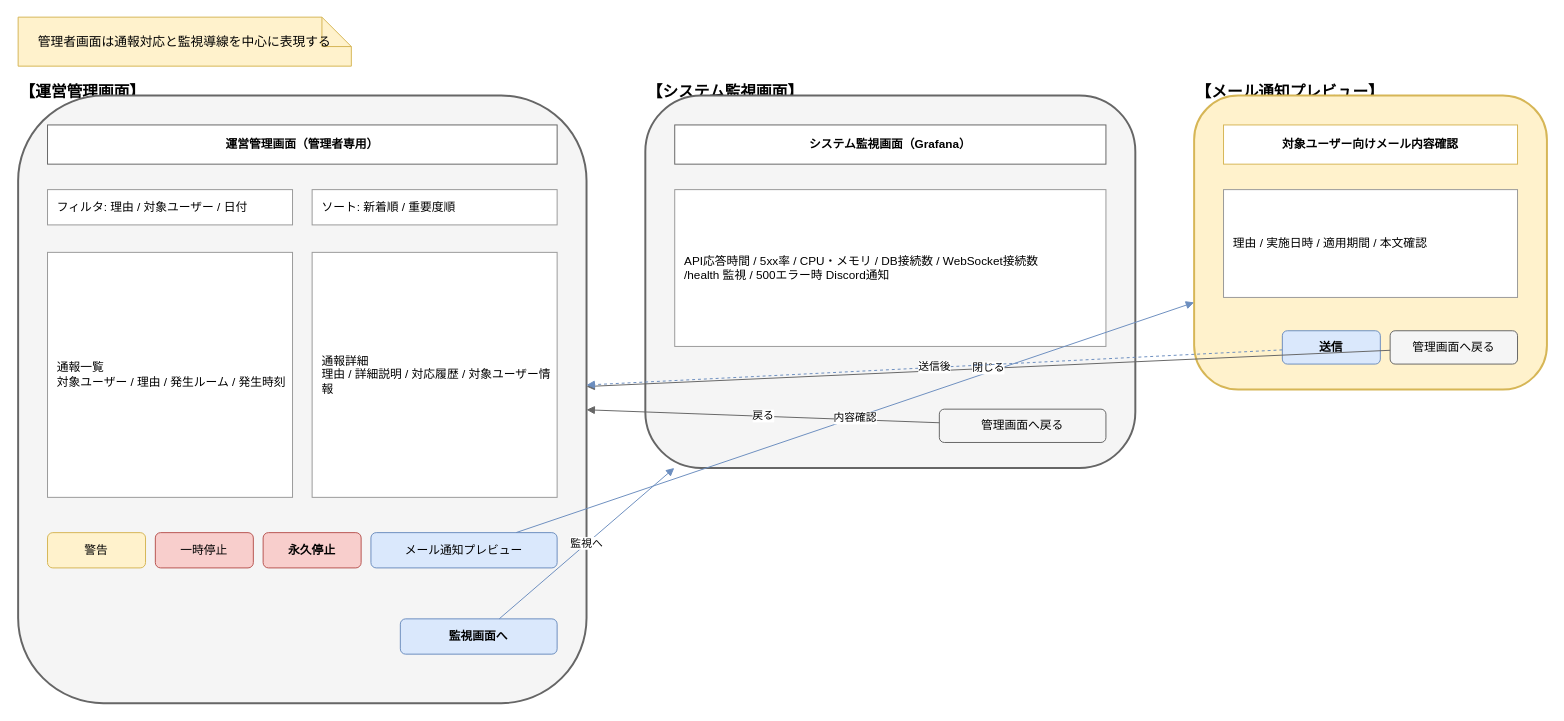
Before: page "管理者" (4 of 4) of docs/screen_wireframe.drawio in yuu-ux/online-workspace, a draw.io diagram. Source tidied: cells renumbered, new cells numbered last; positions are measured from the earlier drawing's top-left corner, leaving out a move shared by most shapes. Both pictures are drawn from the tidied source at 98%, with x=0, y=0 at pixel (18, 17).
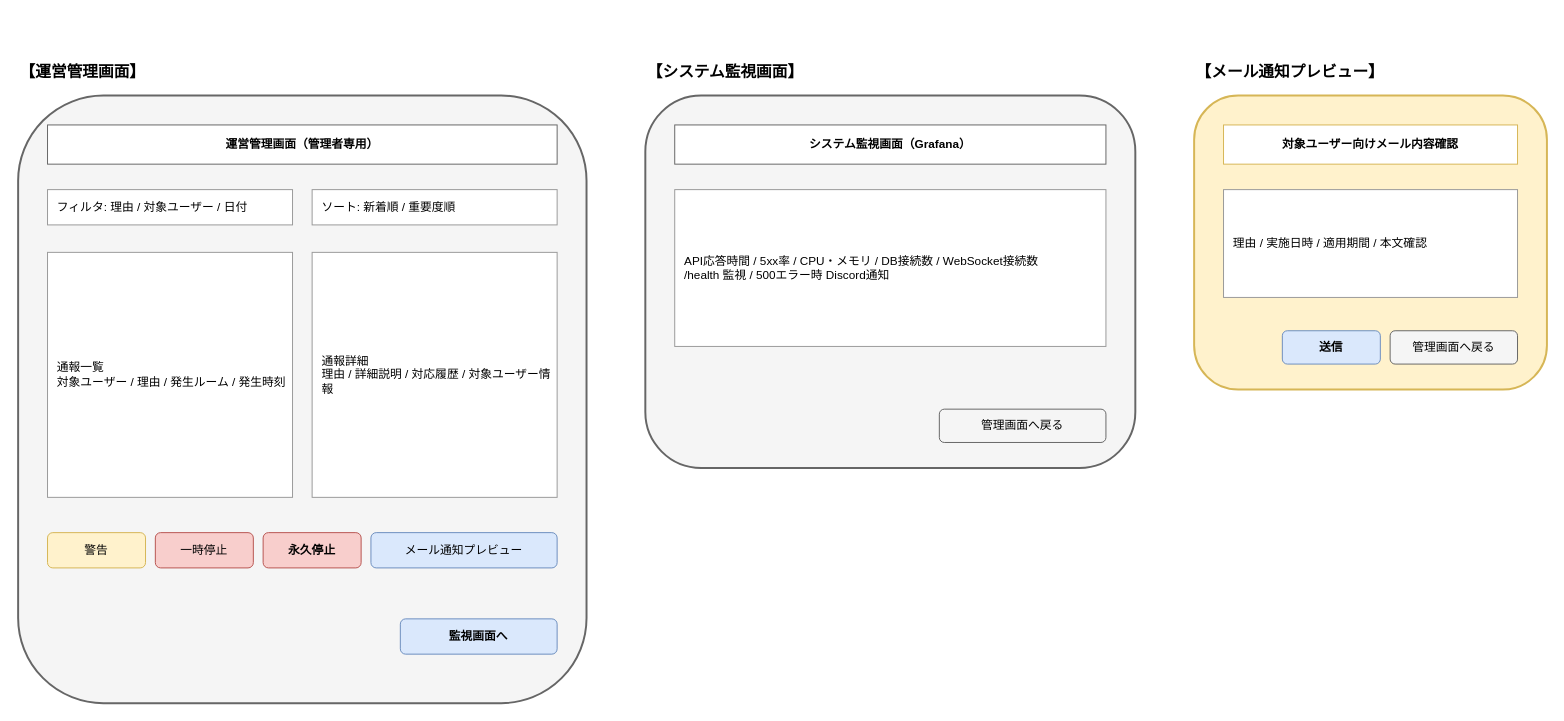
The same diagram, later.

The change refers to these unchanged cells:
```xml
<mxCell id="4" style="rounded=1;whiteSpace=wrap;html=1;fillColor=#f5f5f5;strokeColor=#666666;strokeWidth=2;" parent="1" vertex="1">
  <mxGeometry y="80" width="580" height="620" as="geometry" />
</mxCell>
<mxCell id="13" value="メール通知プレビュー" style="rounded=1;whiteSpace=wrap;html=1;fillColor=#dae8fc;strokeColor=#6c8ebf;" parent="1" vertex="1">
  <mxGeometry x="360" y="526" width="190" height="36" as="geometry" />
</mxCell>
<mxCell id="14" value="監視画面へ" style="rounded=1;whiteSpace=wrap;html=1;fillColor=#dae8fc;strokeColor=#6c8ebf;fontStyle=1;" parent="1" vertex="1">
  <mxGeometry x="390" y="614" width="160" height="36" as="geometry" />
</mxCell>
<mxCell id="16" style="rounded=1;whiteSpace=wrap;html=1;fillColor=#f5f5f5;strokeColor=#666666;strokeWidth=2;" parent="1" vertex="1">
  <mxGeometry x="640" y="80" width="500" height="380" as="geometry" />
</mxCell>
<mxCell id="19" value="管理画面へ戻る" style="rounded=1;whiteSpace=wrap;html=1;fillColor=#f5f5f5;strokeColor=#666666;" parent="1" vertex="1">
  <mxGeometry x="940" y="400" width="170" height="34" as="geometry" />
</mxCell>
<mxCell id="21" style="rounded=1;whiteSpace=wrap;html=1;fillColor=#fff2cc;strokeColor=#d6b656;strokeWidth=2;" parent="1" vertex="1">
  <mxGeometry x="1200" y="80" width="360" height="300" as="geometry" />
</mxCell>
<mxCell id="24" value="送信" style="rounded=1;whiteSpace=wrap;html=1;fillColor=#dae8fc;strokeColor=#6c8ebf;fontStyle=1;" parent="1" vertex="1">
  <mxGeometry x="1290" y="320" width="100" height="34" as="geometry" />
</mxCell>
<mxCell id="25" value="管理画面へ戻る" style="rounded=1;whiteSpace=wrap;html=1;fillColor=#f5f5f5;strokeColor=#666666;" parent="1" vertex="1">
  <mxGeometry x="1400" y="320" width="130" height="34" as="geometry" />
</mxCell>
```

Diff of the diagram source:
```diff
@@
-    <mxCell id="2" value="管理者画面は通報対応と監視導線を中心に表現する" style="shape=note;whiteSpace=wrap;html=1;fillColor=#fff2cc;strokeColor=#d6b656;fontSize=13;" parent="1" vertex="1">
-      <mxGeometry width="340" height="50" as="geometry" />
-    </mxCell>
     <mxCell id="3" value="【運営管理画面】" style="text;html=1;strokeColor=none;fillColor=none;fontStyle=1;fontSize=16;" parent="1" vertex="1">
-      <mxGeometry y="60" width="180" height="20" as="geometry" />
+      <mxGeometry y="40" width="180" height="20" as="geometry" />
     </mxCell>
@@
     <mxCell id="15" value="【システム監視画面】" style="text;html=1;strokeColor=none;fillColor=none;fontStyle=1;fontSize=16;" parent="1" vertex="1">
-      <mxGeometry x="640" y="60" width="180" height="20" as="geometry" />
+      <mxGeometry x="640" y="40" width="180" height="20" as="geometry" />
     </mxCell>
@@
     <mxCell id="20" value="【メール通知プレビュー】" style="text;html=1;strokeColor=none;fillColor=none;fontStyle=1;fontSize=16;" parent="1" vertex="1">
-      <mxGeometry x="1200" y="60" width="210" height="20" as="geometry" />
+      <mxGeometry x="1200" y="40" width="210" height="20" as="geometry" />
     </mxCell>
@@
-    <mxCell id="26" value="監視へ" style="endArrow=block;html=1;strokeColor=#6c8ebf;" parent="1" edge="1" source="14" target="16">
-      <mxGeometry relative="1" as="geometry" />
-    </mxCell>
-    <mxCell id="27" value="戻る" style="endArrow=block;html=1;strokeColor=#666666;" parent="1" edge="1" source="19" target="4">
-      <mxGeometry relative="1" as="geometry" />
-    </mxCell>
-    <mxCell id="28" value="内容確認" style="endArrow=block;html=1;strokeColor=#6c8ebf;" parent="1" edge="1" source="13" target="21">
-      <mxGeometry relative="1" as="geometry" />
-    </mxCell>
-    <mxCell id="29" value="閉じる" style="endArrow=block;html=1;strokeColor=#666666;" parent="1" edge="1" source="25" target="4">
-      <mxGeometry relative="1" as="geometry" />
-    </mxCell>
-    <mxCell id="30" value="送信後" style="endArrow=block;html=1;strokeColor=#6c8ebf;dashed=1;" parent="1" edge="1" source="24" target="4">
-      <mxGeometry relative="1" as="geometry" />
-    </mxCell>
```
